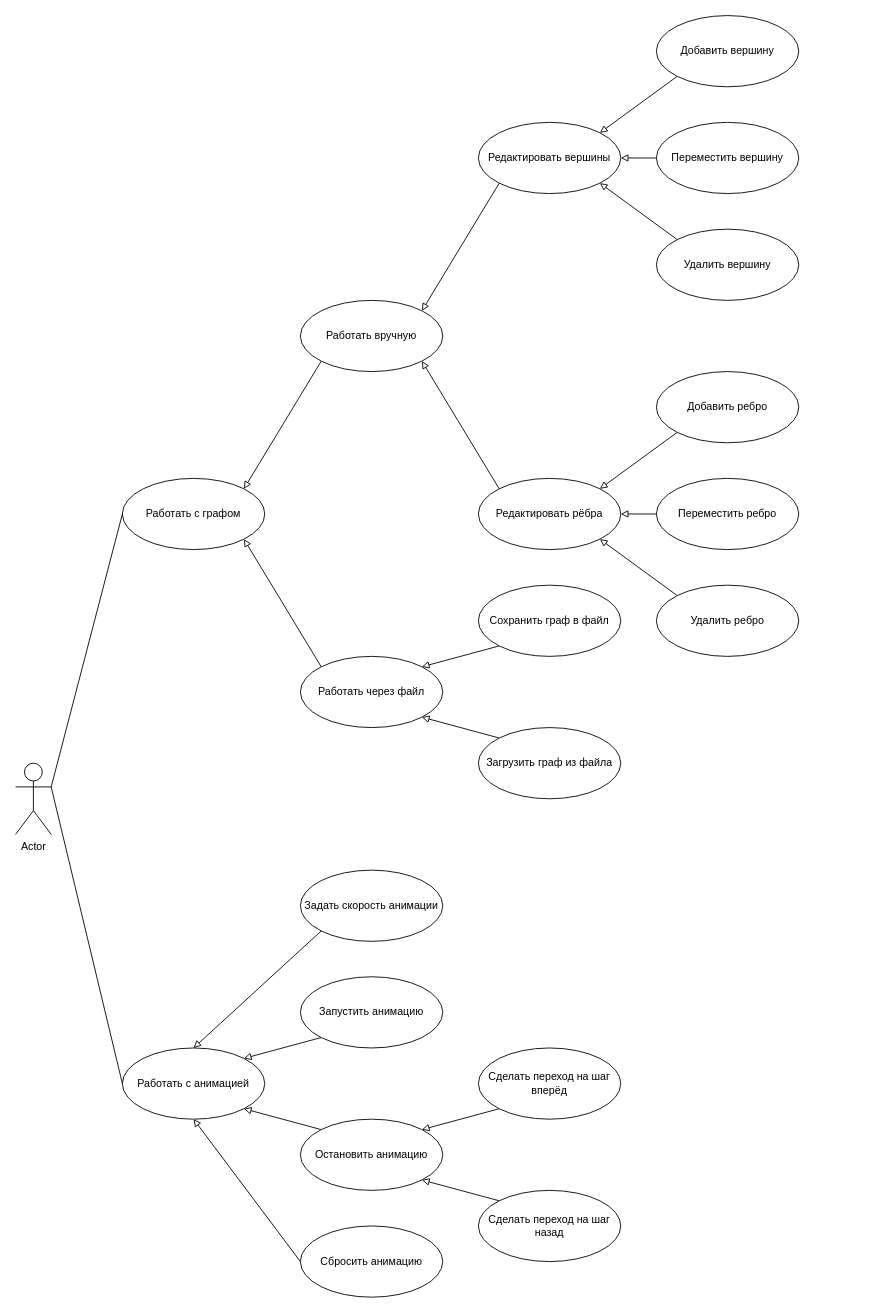
Above: UseCaseDiagram.drawio in Fikafusik/AStarVisualizer (draw.io), before the change. Source tidied: cells renumbered, new cells numbered last; positions are measured from the earlier drawing's top-left corner, leaving out a move shared by most shapes. Both pictures are drawn from the tidied source at 89%, with x=0, y=0 at pixel (15, 15).
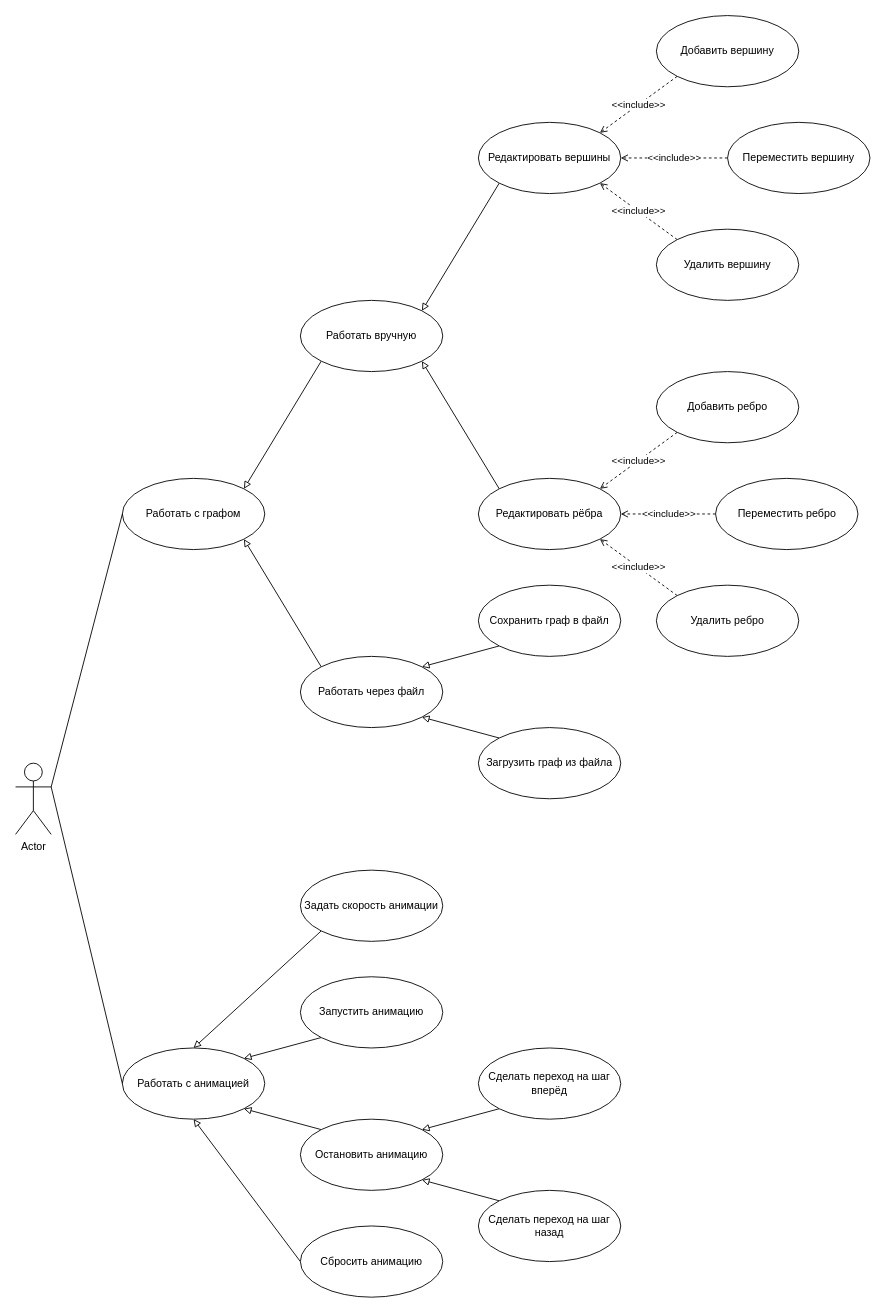
The same page after the edit.

Commit message (it also covers changes not shown here):
drawio -> pdf converted

The change refers to these unchanged cells:
```xml
<mxCell id="8" value="Добавить вершину" style="ellipse;whiteSpace=wrap;html=1;" parent="1" vertex="1">
  <mxGeometry x="720" width="160" height="80" as="geometry" />
</mxCell>
<mxCell id="12" value="Добавить ребро" style="ellipse;whiteSpace=wrap;html=1;" parent="1" vertex="1">
  <mxGeometry x="720" y="400" width="160" height="80" as="geometry" />
</mxCell>
<mxCell id="16" value="Удалить вершину" style="ellipse;whiteSpace=wrap;html=1;verticalAlign=middle;" parent="1" vertex="1">
  <mxGeometry x="720" y="240" width="160" height="80" as="geometry" />
</mxCell>
<mxCell id="33" value="Удалить ребро" style="ellipse;whiteSpace=wrap;html=1;" parent="1" vertex="1">
  <mxGeometry x="720" y="640" width="160" height="80" as="geometry" />
</mxCell>
<mxCell id="35" value="Редактировать вершины" style="ellipse;whiteSpace=wrap;html=1;" parent="1" vertex="1">
  <mxGeometry x="520" y="120" width="160" height="80" as="geometry" />
</mxCell>
<mxCell id="37" value="Редактировать рёбра" style="ellipse;whiteSpace=wrap;html=1;" parent="1" vertex="1">
  <mxGeometry x="520" y="520" width="160" height="80" as="geometry" />
</mxCell>
```

The edit, as a diff of the source:
```diff
@@
+    <mxCell id="7" value="&amp;lt;&amp;lt;include&amp;gt;&amp;gt;" style="edgeStyle=none;rounded=0;jettySize=auto;html=1;exitX=0;exitY=1;exitDx=0;exitDy=0;entryX=1;entryY=0;entryDx=0;entryDy=0;endArrow=open;endFill=0;strokeColor=#000000;dashed=1;" parent="1" edge="1" source="8" target="35">
+      <mxGeometry relative="1" as="geometry" />
+    </mxCell>
@@
-    <mxCell id="7" style="edgeStyle=none;rounded=0;jettySize=auto;html=1;exitX=0;exitY=1;exitDx=0;exitDy=0;entryX=1;entryY=0;entryDx=0;entryDy=0;endArrow=block;endFill=0;strokeColor=#000000;" parent="1" edge="1" source="8" target="35">
-      <mxGeometry relative="1" as="geometry" />
-    </mxCell>
@@
-    <mxCell id="9" style="edgeStyle=none;rounded=0;jettySize=auto;html=1;exitX=0;exitY=0.5;exitDx=0;exitDy=0;entryX=1;entryY=0.5;entryDx=0;entryDy=0;endArrow=block;endFill=0;strokeColor=#000000;" parent="1" edge="1" source="10" target="35">
+    <mxCell id="9" value="&amp;lt;&amp;lt;include&amp;gt;&amp;gt;" style="edgeStyle=none;rounded=0;jettySize=auto;html=1;exitX=0;exitY=0.5;exitDx=0;exitDy=0;entryX=1;entryY=0.5;entryDx=0;entryDy=0;endArrow=open;endFill=0;strokeColor=#000000;dashed=1;" parent="1" edge="1" source="10" target="35">
       <mxGeometry relative="1" as="geometry" />
     </mxCell>
     <mxCell id="10" value="Переместить вершину" style="ellipse;whiteSpace=wrap;html=1;verticalAlign=middle;" parent="1" vertex="1">
-      <mxGeometry x="720" y="120" width="160" height="80" as="geometry" />
+      <mxGeometry x="800" y="120" width="160" height="80" as="geometry" />
     </mxCell>
-    <mxCell id="11" style="edgeStyle=none;rounded=0;jettySize=auto;html=1;exitX=0;exitY=1;exitDx=0;exitDy=0;entryX=1;entryY=0;entryDx=0;entryDy=0;endArrow=block;endFill=0;strokeColor=#000000;" parent="1" edge="1" source="12" target="37">
+    <mxCell id="11" value="&lt;div&gt;&amp;lt;&amp;lt;include&amp;gt;&amp;gt;&lt;/div&gt;" style="edgeStyle=none;rounded=0;jettySize=auto;html=1;endArrow=open;endFill=0;strokeColor=#000000;exitX=0;exitY=1;exitDx=0;exitDy=0;entryX=1;entryY=0;entryDx=0;entryDy=0;dashed=1;" parent="1" edge="1" source="12" target="37">
       <mxGeometry relative="1" as="geometry" />
     </mxCell>
@@
-    <mxCell id="15" style="edgeStyle=none;rounded=0;jettySize=auto;html=1;exitX=0;exitY=0;exitDx=0;exitDy=0;entryX=1;entryY=1;entryDx=0;entryDy=0;endArrow=block;endFill=0;strokeColor=#000000;" parent="1" edge="1" source="16" target="35">
+    <mxCell id="15" value="&amp;lt;&amp;lt;include&amp;gt;&amp;gt;" style="edgeStyle=none;rounded=0;jettySize=auto;html=1;exitX=0;exitY=0;exitDx=0;exitDy=0;entryX=1;entryY=1;entryDx=0;entryDy=0;endArrow=open;endFill=0;strokeColor=#000000;dashed=1;" parent="1" edge="1" source="16" target="35">
       <mxGeometry relative="1" as="geometry" />
     </mxCell>
@@
-    <mxCell id="32" style="edgeStyle=none;rounded=0;jettySize=auto;html=1;exitX=0;exitY=0;exitDx=0;exitDy=0;entryX=1;entryY=1;entryDx=0;entryDy=0;endArrow=block;endFill=0;strokeColor=#000000;" parent="1" edge="1" source="33" target="37">
+    <mxCell id="32" value="&amp;lt;&amp;lt;include&amp;gt;&amp;gt;" style="edgeStyle=none;rounded=0;jettySize=auto;html=1;exitX=0;exitY=0;exitDx=0;exitDy=0;endArrow=open;endFill=0;strokeColor=#000000;entryX=1;entryY=1;entryDx=0;entryDy=0;dashed=1;" parent="1" edge="1" source="33" target="37">
       <mxGeometry relative="1" as="geometry" />
     </mxCell>
@@
-    <mxCell id="42" style="edgeStyle=none;rounded=0;jettySize=auto;html=1;exitX=0;exitY=0.5;exitDx=0;exitDy=0;entryX=1;entryY=0.5;entryDx=0;entryDy=0;endArrow=block;endFill=0;strokeColor=#000000;" parent="1" edge="1" source="43" target="37">
+    <mxCell id="42" value="&amp;lt;&amp;lt;include&amp;gt;&amp;gt;" style="edgeStyle=none;rounded=0;jettySize=auto;html=1;exitX=0;exitY=0.5;exitDx=0;exitDy=0;endArrow=open;endFill=0;strokeColor=#000000;entryX=1;entryY=0.5;entryDx=0;entryDy=0;dashed=1;" parent="1" edge="1" source="43" target="37">
       <mxGeometry relative="1" as="geometry" />
     </mxCell>
     <mxCell id="43" value="Переместить ребро" style="ellipse;whiteSpace=wrap;html=1;" parent="1" vertex="1">
-      <mxGeometry x="720" y="520" width="160" height="80" as="geometry" />
+      <mxGeometry x="786.5" y="520" width="160" height="80" as="geometry" />
     </mxCell>
```
